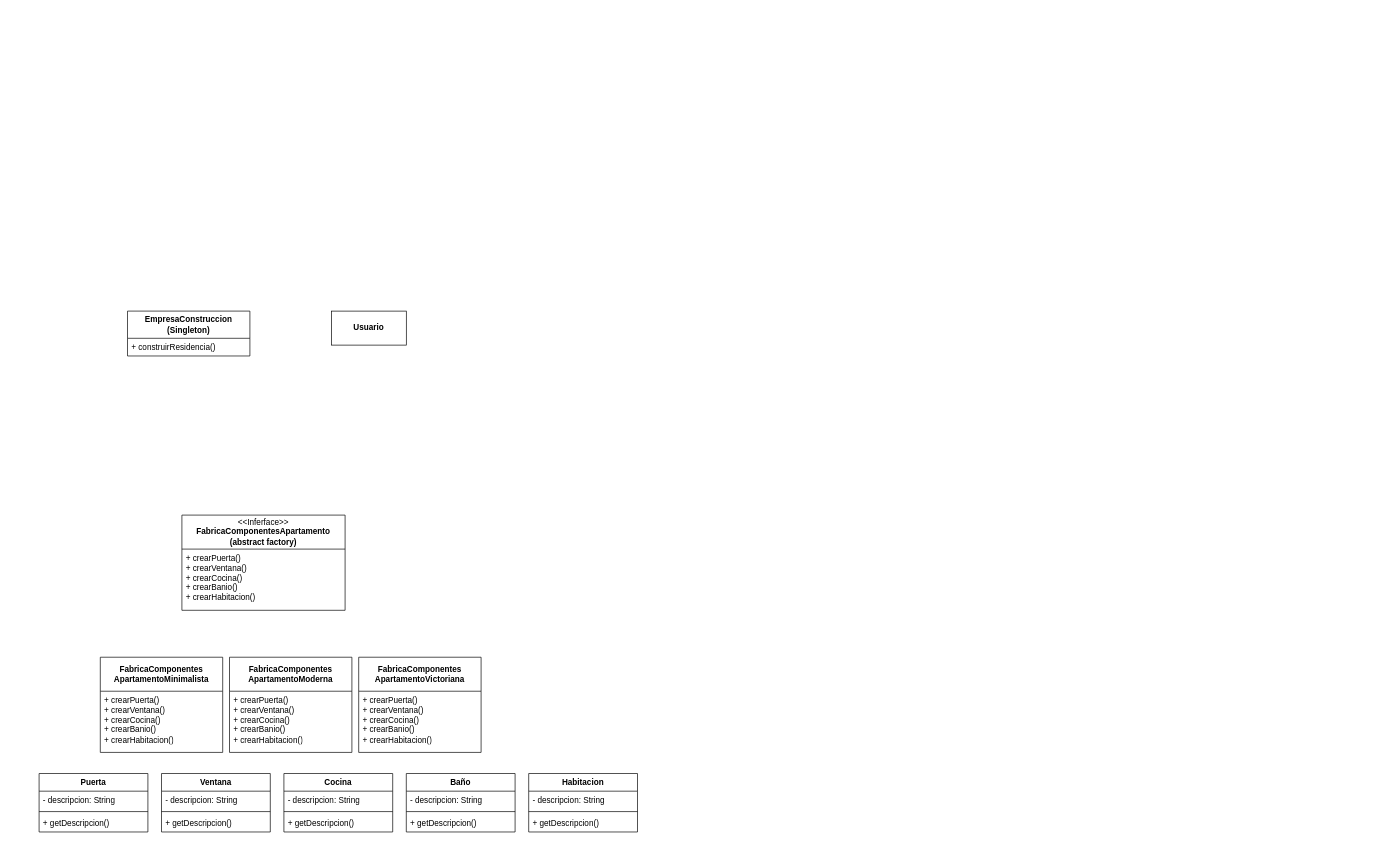
Above: Empresa_Costrución.drawio in EsantiagoSC/Taller-2 (draw.io), before the change. Source tidied: cells renumbered, new cells numbered last; positions are measured from the earlier drawing's top-left corner, leaving out a move shared by most shapes. Both pictures are drawn from the tidied source at 68%, with x=0, y=0 at pixel (39, 311).
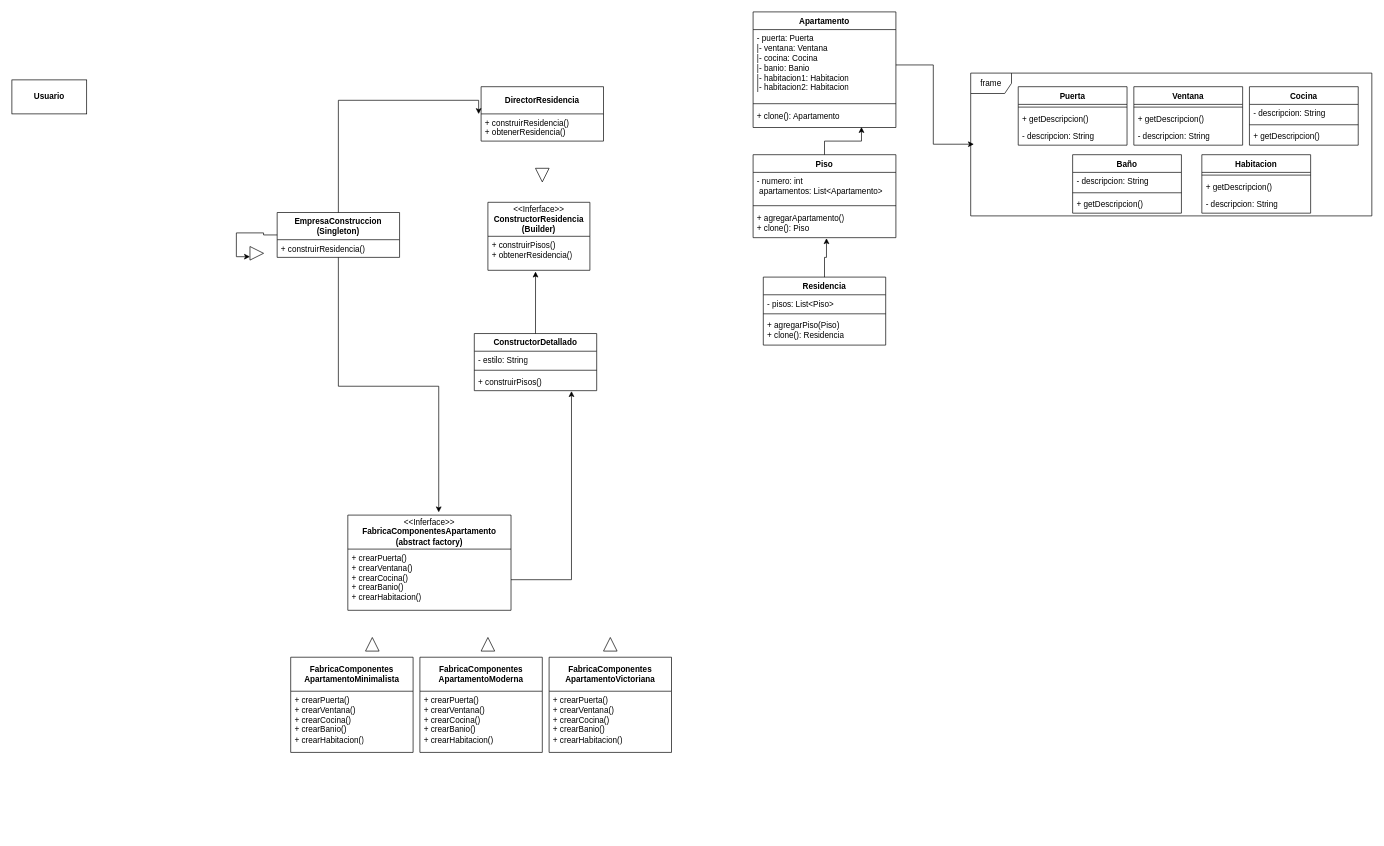
The same diagram, later.

The change refers to these unchanged cells:
```xml
<mxCell id="6" value="&lt;div&gt;+ crearPuerta()&lt;/div&gt;&lt;div&gt;+ crearVentana()&lt;/div&gt;&lt;div&gt;+ crearCocina()&lt;/div&gt;&lt;div&gt;+ crearBanio()&lt;/div&gt;&lt;div&gt;+ crearHabitacion()&lt;/div&gt;" style="text;strokeColor=none;fillColor=none;align=left;verticalAlign=top;spacingLeft=4;spacingRight=4;overflow=hidden;points=[[0,0.5],[1,0.5]];portConstraint=eastwest;whiteSpace=wrap;html=1;" parent="5" vertex="1">
  <mxGeometry y="50" width="240" height="90" as="geometry" />
</mxCell>
```

Change to the diagram source:
```diff
@@
+    <mxCell id="33" style="edgeStyle=orthogonalEdgeStyle;rounded=0;jettySize=auto;html=1;entryX=0;entryY=0.75;entryDx=0;entryDy=0;" parent="1" edge="1" source="2" target="47">
+      <mxGeometry relative="1" as="geometry" />
+    </mxCell>
     <mxCell id="2" value="&lt;b&gt;EmpresaConstruccion (Singleton)&lt;/b&gt;" style="swimlane;fontStyle=0;horizontal=1;startSize=40;fillColor=none;whiteSpace=wrap;html=1;" parent="1" vertex="1">
-      <mxGeometry x="130" width="180" height="66" as="geometry" />
+      <mxGeometry x="350.1" y="-145" width="180" height="66" as="geometry" />
     </mxCell>
@@
     <mxCell id="4" value="&lt;b&gt;Usuario&lt;/b&gt;" style="html=1;whiteSpace=wrap;" parent="1" vertex="1">
-      <mxGeometry x="430" width="110" height="50" as="geometry" />
+      <mxGeometry x="-40" y="-340" width="110" height="50" as="geometry" />
     </mxCell>
     <mxCell id="5" value="&lt;div&gt;&amp;lt;&amp;lt;Inferface&amp;gt;&amp;gt;&lt;/div&gt;&lt;span style=&quot;font-weight: 700;&quot;&gt;FabricaComponentesApartamento&lt;/span&gt;&lt;div&gt;&lt;b&gt;(abstract factory&lt;/b&gt;&lt;b style=&quot;background-color: transparent; color: light-dark(rgb(0, 0, 0), rgb(255, 255, 255));&quot;&gt;)&lt;/b&gt;&lt;/div&gt;" style="swimlane;fontStyle=0;horizontal=1;startSize=50;fillColor=none;whiteSpace=wrap;html=1;" parent="1" vertex="1">
-      <mxGeometry x="210" y="300" width="240" height="140" as="geometry" />
+      <mxGeometry x="454" y="300" width="240" height="140" as="geometry" />
     </mxCell>
@@
     <mxCell id="7" value="&lt;b&gt;FabricaComponentes&lt;/b&gt;&lt;div&gt;&lt;b&gt;ApartamentoMinimalista&lt;/b&gt;&lt;/div&gt;" style="swimlane;fontStyle=0;horizontal=1;startSize=50;fillColor=none;whiteSpace=wrap;html=1;" parent="1" vertex="1">
-      <mxGeometry x="90" y="509" width="180" height="140" as="geometry" />
+      <mxGeometry x="370" y="509" width="180" height="140" as="geometry" />
     </mxCell>
@@
     <mxCell id="9" value="&lt;b&gt;FabricaComponentes&lt;/b&gt;&lt;div&gt;&lt;b&gt;ApartamentoModerna&lt;/b&gt;&lt;/div&gt;" style="swimlane;fontStyle=0;horizontal=1;startSize=50;fillColor=none;whiteSpace=wrap;html=1;" parent="1" vertex="1">
-      <mxGeometry x="280" y="509" width="180" height="140" as="geometry" />
+      <mxGeometry x="560" y="509" width="180" height="140" as="geometry" />
     </mxCell>
@@
     <mxCell id="11" value="&lt;b&gt;FabricaComponentes&lt;/b&gt;&lt;div&gt;&lt;b&gt;ApartamentoVictoriana&lt;/b&gt;&lt;/div&gt;" style="swimlane;fontStyle=0;horizontal=1;startSize=50;fillColor=none;whiteSpace=wrap;html=1;" parent="1" vertex="1">
-      <mxGeometry x="470" y="509" width="180" height="140" as="geometry" />
+      <mxGeometry x="750" y="509" width="180" height="140" as="geometry" />
     </mxCell>
@@
     <mxCell id="13" value="Puerta" style="swimlane;fontStyle=1;align=center;verticalAlign=top;horizontal=1;startSize=26;whiteSpace=wrap;html=1;" parent="1" vertex="1">
-      <mxGeometry y="680" width="160" height="86" as="geometry" />
+      <mxGeometry x="1439.9" y="-330" width="160" height="86" as="geometry" />
     </mxCell>
-    <mxCell id="14" value="- descripcion: String" style="text;strokeColor=none;fillColor=none;align=left;verticalAlign=top;spacingLeft=4;spacingRight=4;overflow=hidden;whiteSpace=wrap;html=1;" parent="13" vertex="1">
-      <mxGeometry y="26" width="160" height="26" as="geometry" />
-    </mxCell>
     <mxCell id="15" style="line;strokeWidth=1;fillColor=none;align=left;verticalAlign=middle;spacingTop=-1;spacingLeft=3;spacingRight=3;labelPosition=right;strokeColor=inherit;" parent="13" vertex="1">
-      <mxGeometry y="52" width="160" height="8" as="geometry" />
+      <mxGeometry y="26" width="160" height="8" as="geometry" />
     </mxCell>
     <mxCell id="16" value="+ getDescripcion()" style="text;strokeColor=none;fillColor=none;align=left;verticalAlign=top;spacingLeft=4;spacingRight=4;overflow=hidden;whiteSpace=wrap;html=1;" parent="13" vertex="1">
-      <mxGeometry y="60" width="160" height="26" as="geometry" />
+      <mxGeometry y="34" width="160" height="26" as="geometry" />
     </mxCell>
+    <mxCell id="14" value="- descripcion: String" style="text;strokeColor=none;fillColor=none;align=left;verticalAlign=top;spacingLeft=4;spacingRight=4;overflow=hidden;whiteSpace=wrap;html=1;" parent="13" vertex="1">
+      <mxGeometry y="60" width="160" height="26" as="geometry" />
+    </mxCell>
     <mxCell id="17" value="Ventana" style="swimlane;fontStyle=1;align=center;verticalAlign=top;horizontal=1;startSize=26;whiteSpace=wrap;html=1;" parent="1" vertex="1">
-      <mxGeometry x="180" y="680" width="160" height="86" as="geometry" />
+      <mxGeometry x="1609.9" y="-330" width="160" height="86" as="geometry" />
     </mxCell>
-    <mxCell id="18" value="- descripcion: String" style="text;strokeColor=none;fillColor=none;align=left;verticalAlign=top;spacingLeft=4;spacingRight=4;overflow=hidden;whiteSpace=wrap;html=1;" parent="17" vertex="1">
-      <mxGeometry y="26" width="160" height="26" as="geometry" />
-    </mxCell>
     <mxCell id="19" style="line;strokeWidth=1;fillColor=none;align=left;verticalAlign=middle;spacingTop=-1;spacingLeft=3;spacingRight=3;labelPosition=right;strokeColor=inherit;" parent="17" vertex="1">
-      <mxGeometry y="52" width="160" height="8" as="geometry" />
+      <mxGeometry y="26" width="160" height="8" as="geometry" />
     </mxCell>
     <mxCell id="20" value="+ getDescripcion()" style="text;strokeColor=none;fillColor=none;align=left;verticalAlign=top;spacingLeft=4;spacingRight=4;overflow=hidden;whiteSpace=wrap;html=1;" parent="17" vertex="1">
-      <mxGeometry y="60" width="160" height="26" as="geometry" />
+      <mxGeometry y="34" width="160" height="26" as="geometry" />
     </mxCell>
+    <mxCell id="18" value="- descripcion: String" style="text;strokeColor=none;fillColor=none;align=left;verticalAlign=top;spacingLeft=4;spacingRight=4;overflow=hidden;whiteSpace=wrap;html=1;" parent="17" vertex="1">
+      <mxGeometry y="60" width="160" height="26" as="geometry" />
+    </mxCell>
     <mxCell id="21" value="Cocina" style="swimlane;fontStyle=1;align=center;verticalAlign=top;horizontal=1;startSize=26;whiteSpace=wrap;html=1;" parent="1" vertex="1">
-      <mxGeometry x="360" y="680" width="160" height="86" as="geometry" />
+      <mxGeometry x="1779.9" y="-330" width="160" height="86" as="geometry" />
     </mxCell>
@@
     <mxCell id="25" value="Baño" style="swimlane;fontStyle=1;align=center;verticalAlign=top;horizontal=1;startSize=26;whiteSpace=wrap;html=1;" parent="1" vertex="1">
-      <mxGeometry x="540" y="680" width="160" height="86" as="geometry" />
+      <mxGeometry x="1519.9" y="-230" width="160" height="86" as="geometry" />
     </mxCell>
@@
     <mxCell id="29" value="Habitacion" style="swimlane;fontStyle=1;align=center;verticalAlign=top;horizontal=1;startSize=26;whiteSpace=wrap;html=1;" parent="1" vertex="1">
-      <mxGeometry x="720" y="680" width="160" height="86" as="geometry" />
+      <mxGeometry x="1709.9" y="-230" width="160" height="86" as="geometry" />
     </mxCell>
-    <mxCell id="30" value="- descripcion: String" style="text;strokeColor=none;fillColor=none;align=left;verticalAlign=top;spacingLeft=4;spacingRight=4;overflow=hidden;whiteSpace=wrap;html=1;" parent="29" vertex="1">
-      <mxGeometry y="26" width="160" height="26" as="geometry" />
-    </mxCell>
     <mxCell id="31" style="line;strokeWidth=1;fillColor=none;align=left;verticalAlign=middle;spacingTop=-1;spacingLeft=3;spacingRight=3;labelPosition=right;strokeColor=inherit;" parent="29" vertex="1">
-      <mxGeometry y="52" width="160" height="8" as="geometry" />
+      <mxGeometry y="26" width="160" height="8" as="geometry" />
     </mxCell>
     <mxCell id="32" value="+ getDescripcion()" style="text;strokeColor=none;fillColor=none;align=left;verticalAlign=top;spacingLeft=4;spacingRight=4;overflow=hidden;whiteSpace=wrap;html=1;" parent="29" vertex="1">
-      <mxGeometry y="60" width="160" height="26" as="geometry" />
+      <mxGeometry y="34" width="160" height="26" as="geometry" />
     </mxCell>
+    <mxCell id="30" value="- descripcion: String" style="text;strokeColor=none;fillColor=none;align=left;verticalAlign=top;spacingLeft=4;spacingRight=4;overflow=hidden;whiteSpace=wrap;html=1;" parent="29" vertex="1">
+      <mxGeometry y="60" width="160" height="26" as="geometry" />
+    </mxCell>
+    <mxCell id="34" value="&lt;div&gt;&amp;lt;&amp;lt;Inferface&amp;gt;&amp;gt;&lt;/div&gt;&lt;b&gt;ConstructorResidencia&lt;/b&gt;&lt;div&gt;&lt;b&gt;(Builder)&lt;/b&gt;&lt;/div&gt;" style="swimlane;fontStyle=0;horizontal=1;startSize=50;fillColor=none;whiteSpace=wrap;html=1;" parent="1" vertex="1">
+      <mxGeometry x="660" y="-160" width="150" height="100" as="geometry" />
+    </mxCell>
+    <mxCell id="35" value="&lt;div&gt;+ construirPisos()&lt;/div&gt;&lt;div&gt;&lt;span style=&quot;background-color: transparent; color: light-dark(rgb(0, 0, 0), rgb(255, 255, 255));&quot;&gt;+ obtenerResidencia()&lt;/span&gt;&lt;/div&gt;" style="text;strokeColor=none;fillColor=none;align=left;verticalAlign=top;spacingLeft=4;spacingRight=4;overflow=hidden;points=[[0,0.5],[1,0.5]];portConstraint=eastwest;whiteSpace=wrap;html=1;" parent="34" vertex="1">
+      <mxGeometry y="50" width="150" height="50" as="geometry" />
+    </mxCell>
+    <mxCell id="36" style="triangle;whiteSpace=wrap;html=1;rotation=-90;" parent="1" vertex="1">
+      <mxGeometry x="480" y="480" width="20" height="20" as="geometry" />
+    </mxCell>
+    <mxCell id="37" style="triangle;whiteSpace=wrap;html=1;rotation=-90;" parent="1" vertex="1">
+      <mxGeometry x="650" y="480" width="20" height="20" as="geometry" />
+    </mxCell>
+    <mxCell id="38" style="triangle;whiteSpace=wrap;html=1;rotation=-90;" parent="1" vertex="1">
+      <mxGeometry x="830" y="480" width="20" height="20" as="geometry" />
+    </mxCell>
+    <mxCell id="39" style="triangle;whiteSpace=wrap;html=1;rotation=90;" parent="1" vertex="1">
+      <mxGeometry x="730" y="-210" width="20" height="20" as="geometry" />
+    </mxCell>
+    <mxCell id="40" value="ConstructorDetallado" style="swimlane;fontStyle=1;align=center;verticalAlign=top;horizontal=1;startSize=26;whiteSpace=wrap;html=1;" parent="1" vertex="1">
+      <mxGeometry x="640" y="33" width="180" height="84" as="geometry" />
+    </mxCell>
+    <mxCell id="41" value="&lt;div&gt;&lt;span style=&quot;background-color: transparent; color: light-dark(rgb(0, 0, 0), rgb(255, 255, 255));&quot;&gt;- estilo: String&lt;/span&gt;&lt;/div&gt;" style="text;strokeColor=none;fillColor=none;align=left;verticalAlign=top;spacingLeft=4;spacingRight=4;overflow=hidden;whiteSpace=wrap;html=1;" parent="40" vertex="1">
+      <mxGeometry y="26" width="180" height="24" as="geometry" />
+    </mxCell>
+    <mxCell id="42" style="line;strokeWidth=1;fillColor=none;align=left;verticalAlign=middle;spacingTop=-1;spacingLeft=3;spacingRight=3;labelPosition=right;strokeColor=inherit;" parent="40" vertex="1">
+      <mxGeometry y="50" width="180" height="8" as="geometry" />
+    </mxCell>
+    <mxCell id="43" value="+ construirPisos()" style="text;strokeColor=none;fillColor=none;align=left;verticalAlign=top;spacingLeft=4;spacingRight=4;overflow=hidden;points=[[0,0.5],[1,0.5]];portConstraint=eastwest;whiteSpace=wrap;html=1;" parent="40" vertex="1">
+      <mxGeometry y="58" width="180" height="26" as="geometry" />
+    </mxCell>
+    <mxCell id="44" style="edgeStyle=orthogonalEdgeStyle;rounded=0;jettySize=auto;html=1;entryX=0.794;entryY=1.026;entryDx=0;entryDy=0;entryPerimeter=0;" parent="1" edge="1" source="6" target="43">
+      <mxGeometry relative="1" as="geometry" />
+    </mxCell>
+    <mxCell id="45" value="&lt;b&gt;DirectorResidencia&lt;/b&gt;" style="swimlane;fontStyle=0;horizontal=1;startSize=40;fillColor=none;whiteSpace=wrap;html=1;" parent="1" vertex="1">
+      <mxGeometry x="650" y="-330" width="180" height="80" as="geometry" />
+    </mxCell>
+    <mxCell id="46" value="&lt;div&gt;+ construirResidencia()&lt;/div&gt;&lt;div&gt;&lt;span style=&quot;background-color: transparent; color: light-dark(rgb(0, 0, 0), rgb(255, 255, 255));&quot;&gt;+ obtenerResidencia()&lt;/span&gt;&lt;/div&gt;" style="text;strokeColor=none;fillColor=none;align=left;verticalAlign=top;spacingLeft=4;spacingRight=4;overflow=hidden;points=[[0,0.5],[1,0.5]];portConstraint=eastwest;whiteSpace=wrap;html=1;" parent="45" vertex="1">
+      <mxGeometry y="40" width="180" height="40" as="geometry" />
+    </mxCell>
+    <mxCell id="47" style="triangle;whiteSpace=wrap;html=1;rotation=0;" parent="1" vertex="1">
+      <mxGeometry x="310.1" y="-95" width="20" height="20" as="geometry" />
+    </mxCell>
+    <mxCell id="48" value="Residencia" style="swimlane;fontStyle=1;align=center;verticalAlign=top;horizontal=1;startSize=26;whiteSpace=wrap;html=1;" parent="1" vertex="1">
+      <mxGeometry x="1065" y="-50" width="180" height="100" as="geometry" />
+    </mxCell>
+    <mxCell id="49" value="- pisos: List&amp;lt;Piso&amp;gt;" style="text;strokeColor=none;fillColor=none;align=left;verticalAlign=top;spacingLeft=4;spacingRight=4;overflow=hidden;whiteSpace=wrap;html=1;" parent="48" vertex="1">
+      <mxGeometry y="26" width="180" height="24" as="geometry" />
+    </mxCell>
+    <mxCell id="50" style="line;strokeWidth=1;fillColor=none;align=left;verticalAlign=middle;spacingTop=-1;spacingLeft=3;spacingRight=3;labelPosition=right;strokeColor=inherit;" parent="48" vertex="1">
+      <mxGeometry y="50" width="180" height="8" as="geometry" />
+    </mxCell>
+    <mxCell id="51" value="&lt;div&gt;+ agregarPiso(Piso)&lt;/div&gt;&lt;div&gt;+ clone(): Residencia&lt;/div&gt;" style="text;strokeColor=none;fillColor=none;align=left;verticalAlign=top;spacingLeft=4;spacingRight=4;overflow=hidden;whiteSpace=wrap;html=1;" parent="48" vertex="1">
+      <mxGeometry y="58" width="180" height="42" as="geometry" />
+    </mxCell>
+    <mxCell id="52" value="Piso" style="swimlane;fontStyle=1;align=center;verticalAlign=top;horizontal=1;startSize=26;whiteSpace=wrap;html=1;" parent="1" vertex="1">
+      <mxGeometry x="1050" y="-230" width="210" height="122" as="geometry" />
+    </mxCell>
+    <mxCell id="53" value="&lt;div&gt;- numero: int&lt;/div&gt;&lt;div&gt;&lt;span style=&quot;background-color: transparent; color: light-dark(rgb(0, 0, 0), rgb(255, 255, 255));&quot;&gt;&amp;nbsp;apartamentos: List&amp;lt;Apartamento&amp;gt;&lt;/span&gt;&lt;/div&gt;" style="text;strokeColor=none;fillColor=none;align=left;verticalAlign=top;spacingLeft=4;spacingRight=4;overflow=hidden;whiteSpace=wrap;html=1;" parent="52" vertex="1">
+      <mxGeometry y="26" width="210" height="44" as="geometry" />
+    </mxCell>
+    <mxCell id="54" style="line;strokeWidth=1;fillColor=none;align=left;verticalAlign=middle;spacingTop=-1;spacingLeft=3;spacingRight=3;labelPosition=right;strokeColor=inherit;" parent="52" vertex="1">
+      <mxGeometry y="70" width="210" height="10" as="geometry" />
+    </mxCell>
+    <mxCell id="55" value="&lt;div&gt;+ agregarApartamento()&lt;/div&gt;&lt;div&gt;+ clone(): Piso&lt;/div&gt;" style="text;strokeColor=none;fillColor=none;align=left;verticalAlign=top;spacingLeft=4;spacingRight=4;overflow=hidden;points=[[0,0.5],[1,0.5]];portConstraint=eastwest;whiteSpace=wrap;html=1;" parent="52" vertex="1">
+      <mxGeometry y="80" width="210" height="42" as="geometry" />
+    </mxCell>
+    <mxCell id="56" value="Apartamento" style="swimlane;fontStyle=1;align=center;verticalAlign=top;horizontal=1;startSize=26;whiteSpace=wrap;html=1;" parent="1" vertex="1">
+      <mxGeometry x="1050" y="-440" width="210" height="170" as="geometry" />
+    </mxCell>
+    <mxCell id="57" value="&lt;div&gt;- puerta: Puerta&lt;/div&gt;&lt;div&gt;|- ventana: Ventana&lt;/div&gt;&lt;div&gt;|- cocina: Cocina&lt;/div&gt;&lt;div&gt;|- banio: Banio&lt;/div&gt;&lt;div&gt;|- habitacion1: Habitacion&lt;/div&gt;&lt;div&gt;|- habitacion2: Habitacion&lt;/div&gt;" style="text;strokeColor=none;fillColor=none;align=left;verticalAlign=top;spacingLeft=4;spacingRight=4;overflow=hidden;points=[[0,0.5],[1,0.5]];portConstraint=eastwest;whiteSpace=wrap;html=1;" parent="56" vertex="1">
+      <mxGeometry y="26" width="210" height="104" as="geometry" />
+    </mxCell>
+    <mxCell id="58" style="line;strokeWidth=1;fillColor=none;align=left;verticalAlign=middle;spacingTop=-1;spacingLeft=3;spacingRight=3;labelPosition=right;strokeColor=inherit;" parent="56" vertex="1">
+      <mxGeometry y="130" width="210" height="10" as="geometry" />
+    </mxCell>
+    <mxCell id="59" value="&lt;div&gt;+ clone(): Apartamento&lt;/div&gt;" style="text;strokeColor=none;fillColor=none;align=left;verticalAlign=top;spacingLeft=4;spacingRight=4;overflow=hidden;points=[[0,0.5],[1,0.5]];portConstraint=eastwest;whiteSpace=wrap;html=1;" parent="56" vertex="1">
+      <mxGeometry y="140" width="210" height="30" as="geometry" />
+    </mxCell>
+    <mxCell id="60" style="endArrow=classic;html=1;rounded=0;exitX=0.5;exitY=0;exitDx=0;exitDy=0;entryX=0.467;entryY=1.038;entryDx=0;entryDy=0;entryPerimeter=0;" parent="1" edge="1" source="40" target="35">
+      <mxGeometry relative="1" as="geometry" />
+    </mxCell>
+    <mxCell id="61" style="edgeStyle=orthogonalEdgeStyle;rounded=0;jettySize=auto;html=1;entryX=-0.02;entryY=0.006;entryDx=0;entryDy=0;entryPerimeter=0;" parent="1" edge="1" source="2" target="46">
+      <mxGeometry relative="1" as="geometry" />
+    </mxCell>
+    <mxCell id="62" style="edgeStyle=orthogonalEdgeStyle;rounded=0;jettySize=auto;html=1;entryX=0.557;entryY=-0.029;entryDx=0;entryDy=0;entryPerimeter=0;" parent="1" edge="1" source="2" target="5">
+      <mxGeometry relative="1" as="geometry" />
+    </mxCell>
+    <mxCell id="63" style="edgeStyle=orthogonalEdgeStyle;rounded=0;jettySize=auto;html=1;entryX=0.514;entryY=1.021;entryDx=0;entryDy=0;entryPerimeter=0;" parent="1" edge="1" source="48" target="55">
+      <mxGeometry relative="1" as="geometry" />
+    </mxCell>
+    <mxCell id="64" style="edgeStyle=orthogonalEdgeStyle;rounded=0;jettySize=auto;html=1;entryX=0.759;entryY=0.978;entryDx=0;entryDy=0;entryPerimeter=0;" parent="1" edge="1" source="52" target="59">
+      <mxGeometry relative="1" as="geometry" />
+    </mxCell>
+    <mxCell id="65" value="frame" style="shape=umlFrame;whiteSpace=wrap;html=1;" parent="1" vertex="1">
+      <mxGeometry x="1370" y="-350" width="589.9" height="210" as="geometry" />
+    </mxCell>
+    <mxCell id="66" style="edgeStyle=orthogonalEdgeStyle;rounded=0;jettySize=auto;html=1;entryX=0.008;entryY=0.498;entryDx=0;entryDy=0;entryPerimeter=0;" parent="1" edge="1" source="57" target="65">
+      <mxGeometry relative="1" as="geometry" />
+    </mxCell>
```
